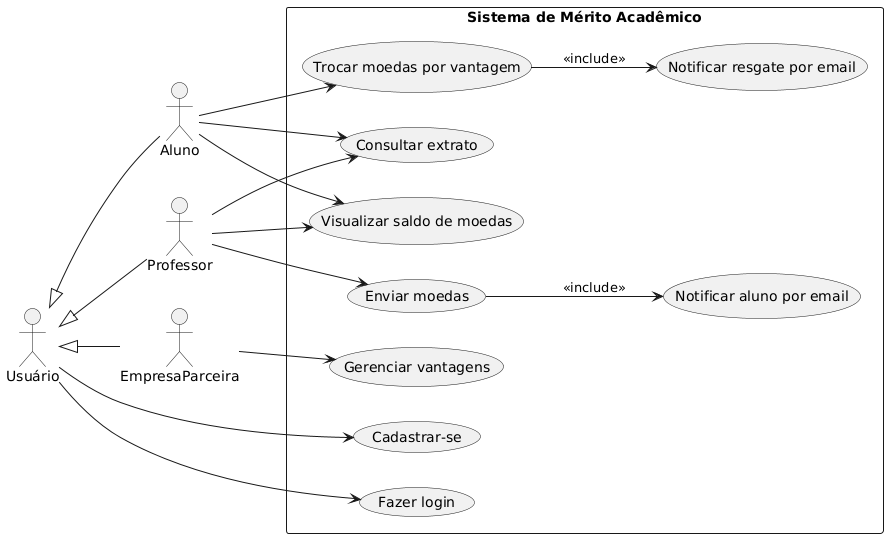
Earlier version of the PlantUML export project/img/CasoDeUso.png (Eduuhms/LDS-Sistema-de-Moeda-Estudantil). Its diagram source:
```plantuml
@startuml
left to right direction
skinparam packageStyle rectangle

actor Usuário
actor Aluno
actor Professor
actor EmpresaParceira

Usuário <|-- Aluno
Usuário <|-- Professor
Usuário <|-- EmpresaParceira

rectangle "Sistema de Mérito Acadêmico" {

    usecase "Cadastrar-se" as UC1
    usecase "Fazer login" as UC2
    usecase "Consultar extrato" as UC3
    usecase "Enviar moedas" as UC4
    usecase "Notificar aluno por email" as UC5
    usecase "Trocar moedas por vantagem" as UC7
    usecase "Notificar resgate por email" as UC8
    usecase "Gerenciar vantagens" as UC10
    usecase "Visualizar saldo de moedas" as UC11

    Usuário --> UC1
    Usuário --> UC2
    Aluno --> UC3
    Aluno --> UC7
    Aluno --> UC11
    Professor --> UC3
    Professor --> UC4
    Professor --> UC11
    EmpresaParceira --> UC10

    UC4 --> UC5 : <<include>>
    UC7 --> UC8 : <<include>>
}
@enduml
```
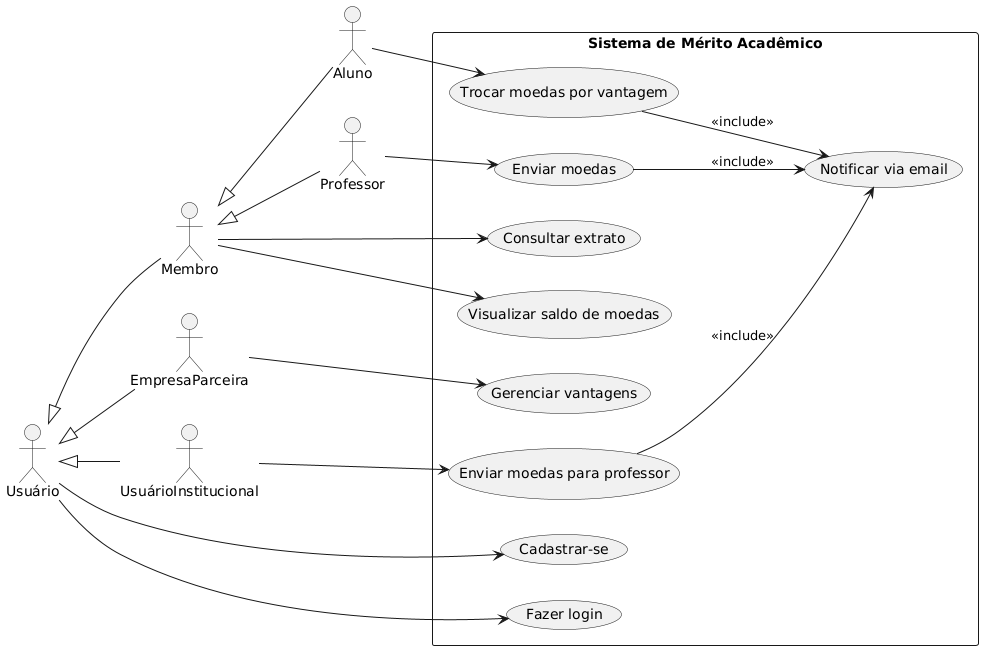
The same file after the commit.

Diff of the diagram source:
```diff
@@ -3,13 +3,17 @@
 skinparam packageStyle rectangle
 
 actor Usuário
+actor Membro
 actor Aluno
 actor Professor
 actor EmpresaParceira
+actor UsuárioInstitucional
 
-Usuário <|-- Aluno
-Usuário <|-- Professor
+Usuário <|-- Membro
+Membro <|-- Aluno
+Membro <|-- Professor
 Usuário <|-- EmpresaParceira
+Usuário <|-- UsuárioInstitucional
 
 rectangle "Sistema de Mérito Acadêmico" {
 
@@ -17,23 +21,23 @@
     usecase "Fazer login" as UC2
     usecase "Consultar extrato" as UC3
     usecase "Enviar moedas" as UC4
-    usecase "Notificar aluno por email" as UC5
     usecase "Trocar moedas por vantagem" as UC7
-    usecase "Notificar resgate por email" as UC8
+    usecase "Notificar via email" as UC8
     usecase "Gerenciar vantagens" as UC10
     usecase "Visualizar saldo de moedas" as UC11
+    usecase "Enviar moedas para professor" as UC12
 
     Usuário --> UC1
     Usuário --> UC2
-    Aluno --> UC3
+    Membro --> UC3
+    Membro --> UC11
     Aluno --> UC7
-    Aluno --> UC11
-    Professor --> UC3
     Professor --> UC4
-    Professor --> UC11
     EmpresaParceira --> UC10
+    UsuárioInstitucional --> UC12
 
-    UC4 --> UC5 : <<include>>
+    UC4 --> UC8 : <<include>>
     UC7 --> UC8 : <<include>>
+    UC12 --> UC8 : <<include>>
 }
 @enduml
```
